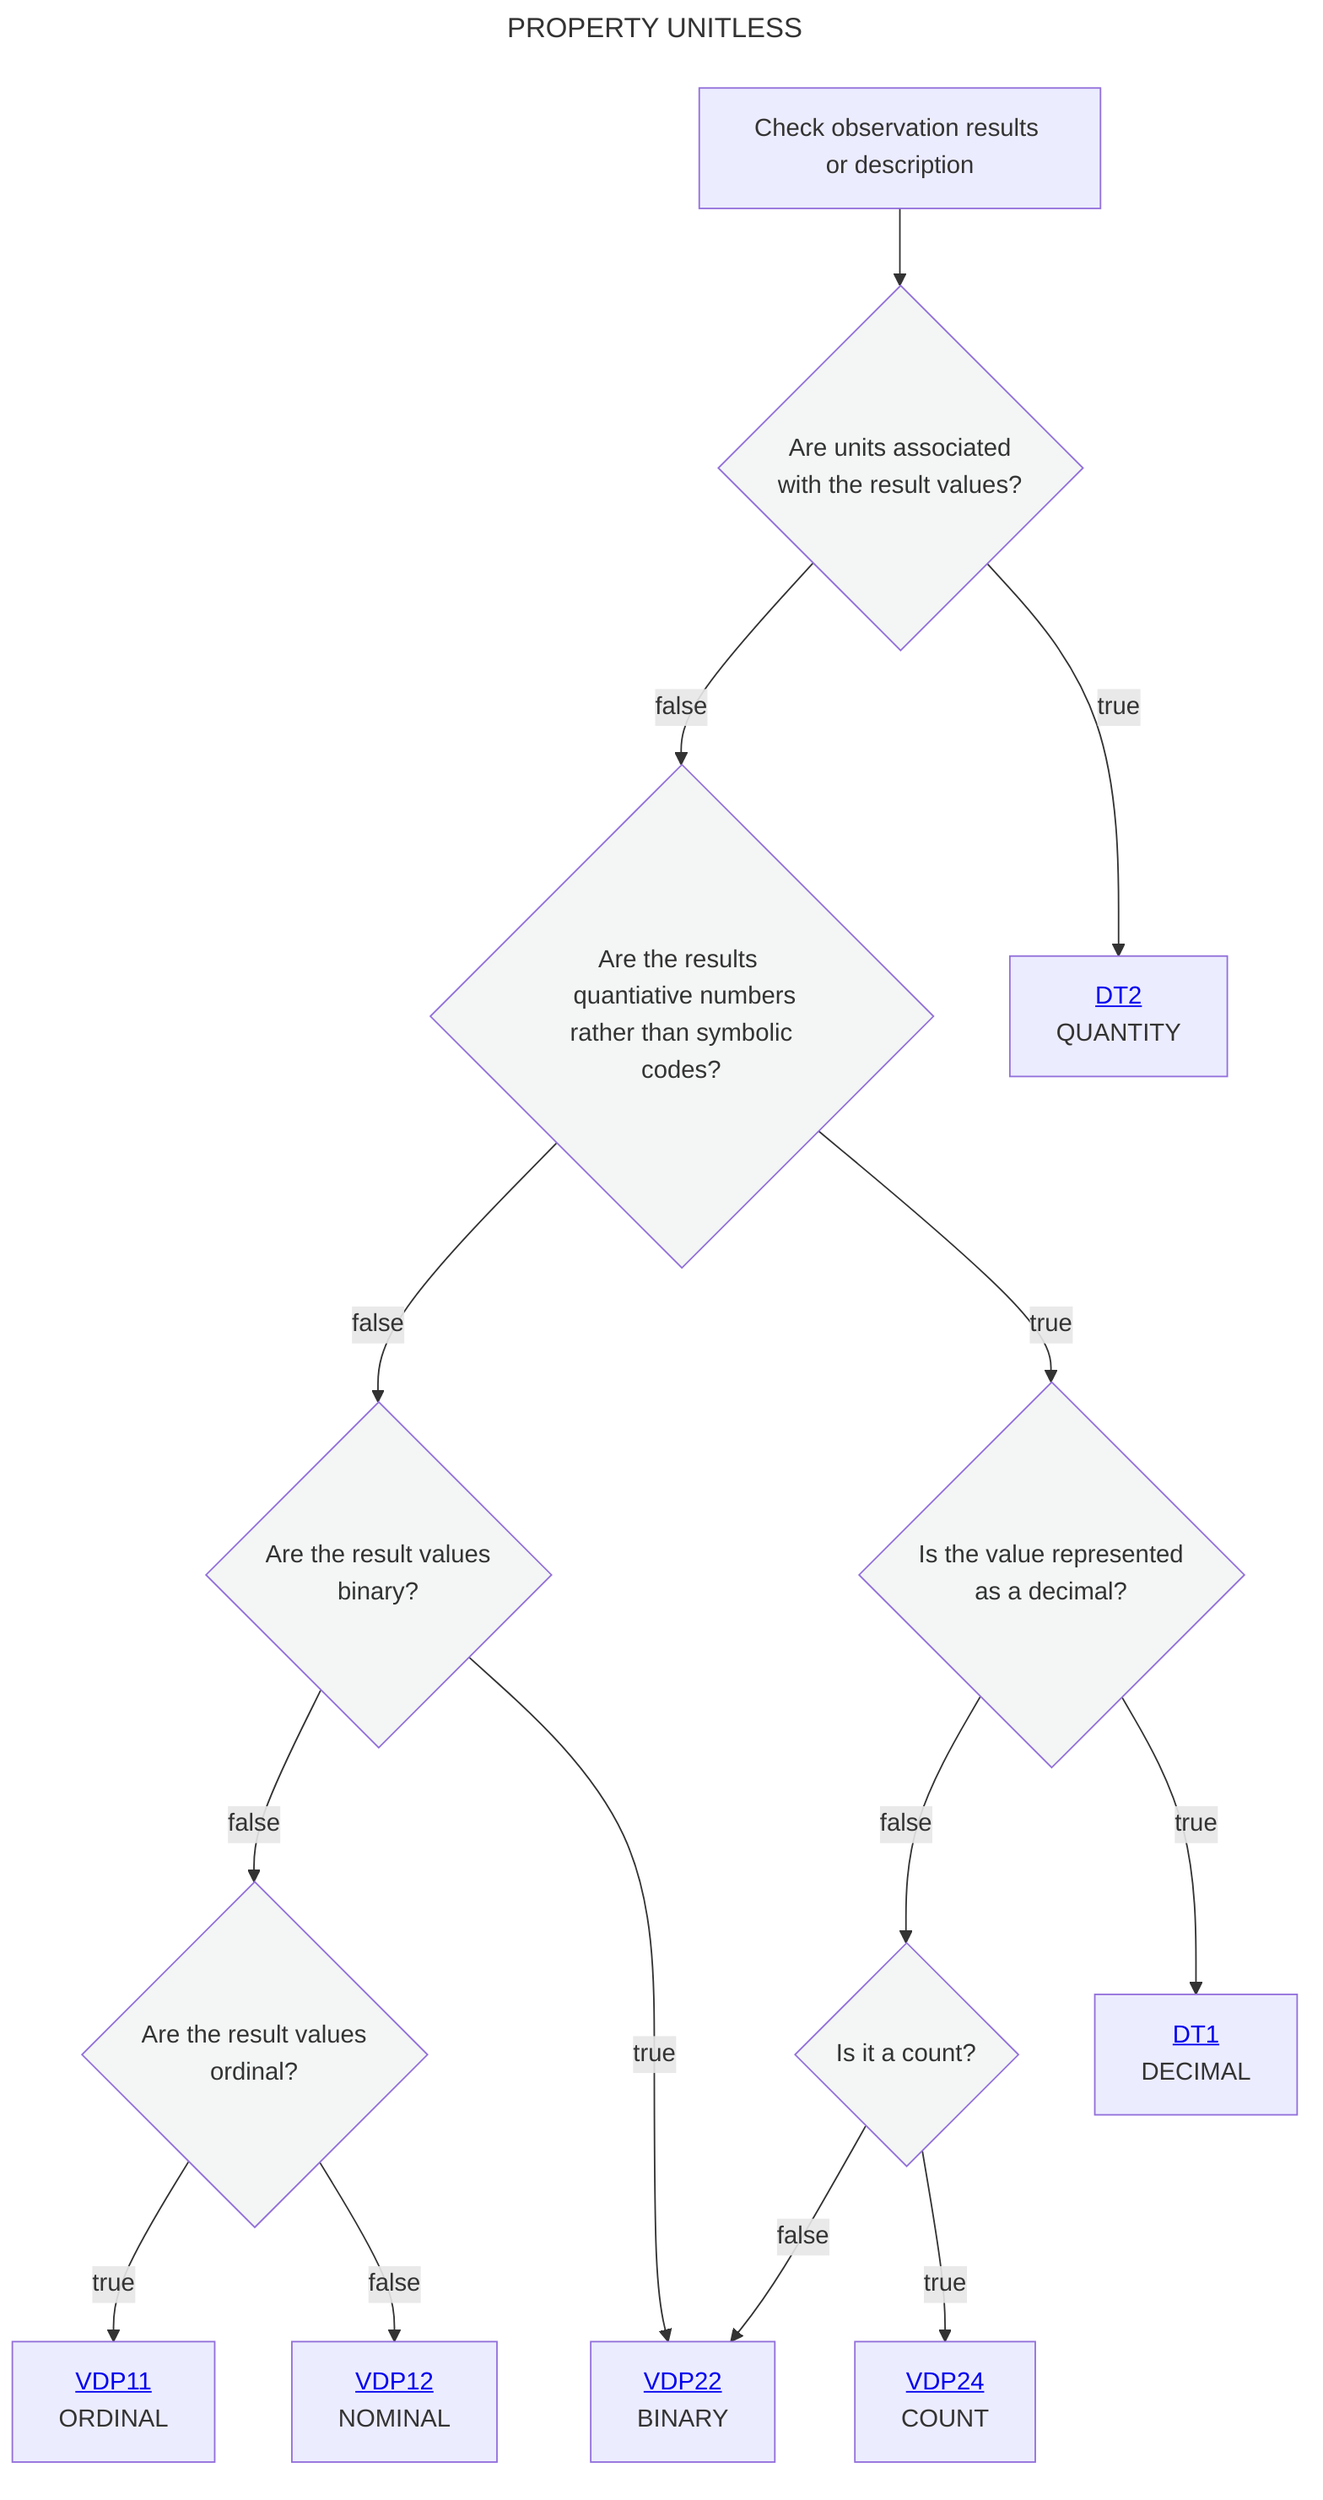
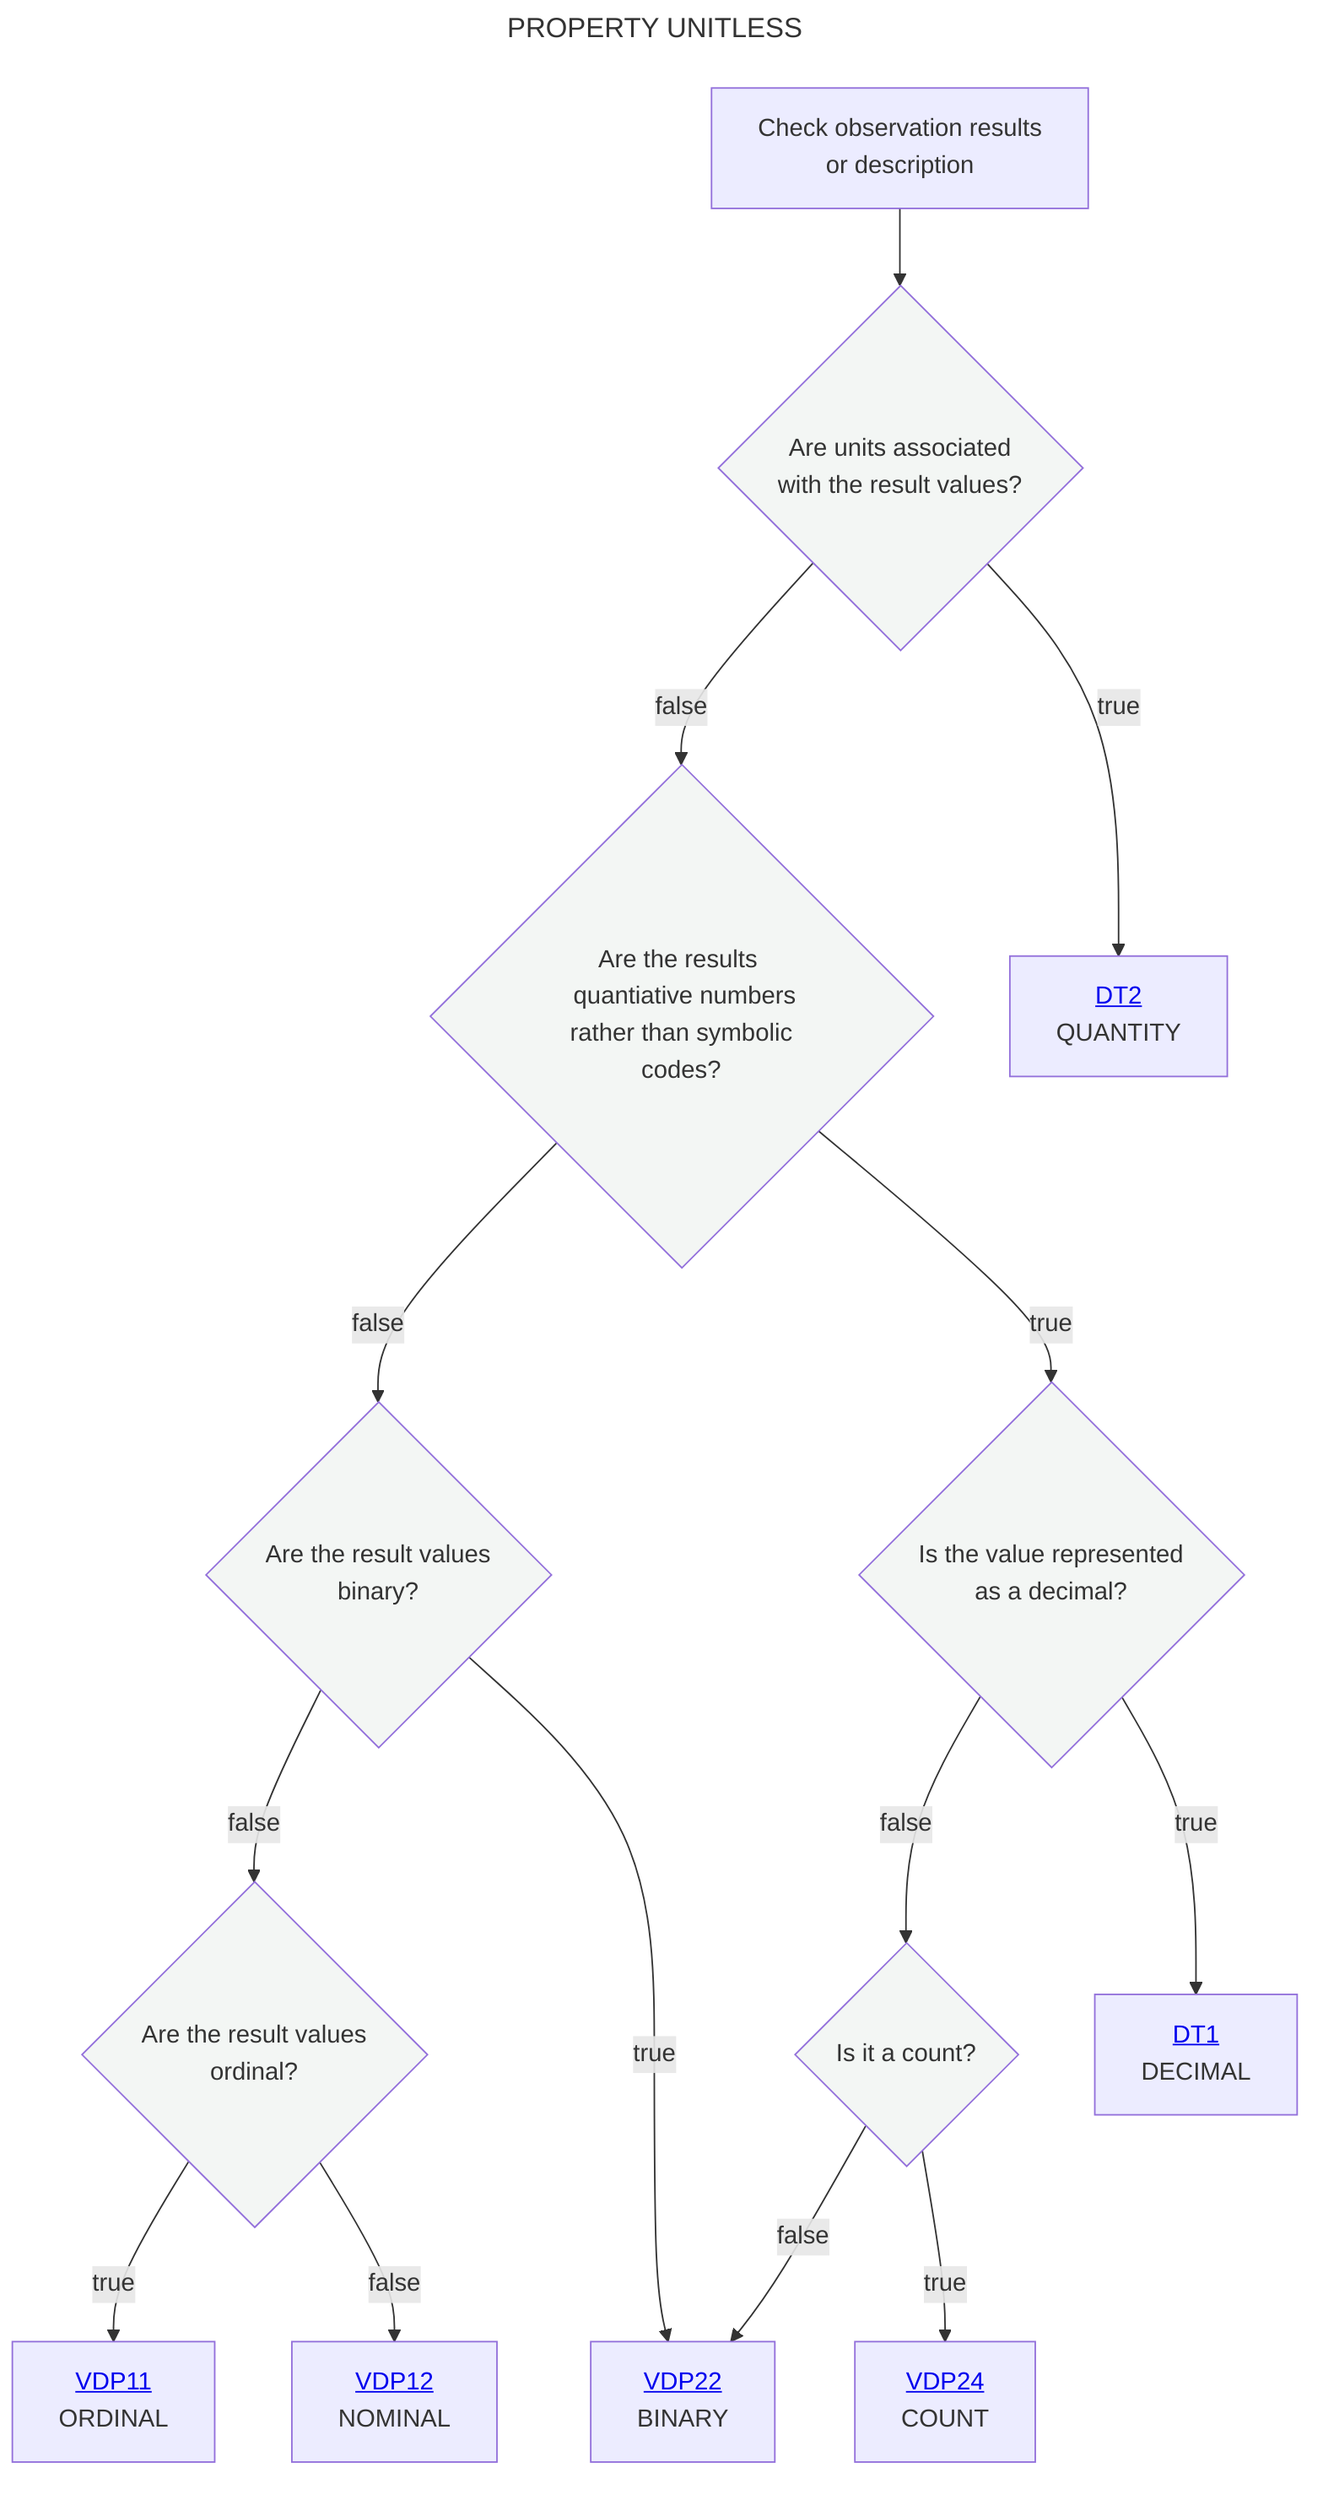
---
title: PROPERTY UNITLESS
---
flowchart TD
-     A[Check observation results or description] --> B{Are units associated <br> with the result values?}:::white
+     A[Check observation results <br> or description] --> B{Are units associated <br> with the result values?}:::white
    B --> |false|C{Are the results <br> quantiative numbers<br> rather than symbolic codes?}:::white
    B --> |true|D[<a href='https://github.com/mabablue/I-ADOPT-patterns-playground/blob/main/Decisition_trees/DT2.mmd'>DT2</a><br> QUANTITY]
    C --> |false|E{Are the result values <br> binary?}:::white
    C --> |true|G{Is the value represented <br> as a decimal?}:::white
    E --> |false|I{Are the result values <br> ordinal?}:::white
    G --> |false|H{Is it a count?}:::white
    H--> |false|F
    H --> |true|M[<a href='https://github.com/mabablue/I-ADOPT-patterns-playground/blob/main/pattern/VDP24.yaml'>VDP24</a><br> COUNT]
    I --> |true|J[<a href='https://github.com/mabablue/I-ADOPT-patterns-playground/blob/main/pattern/VDP11.yaml'>VDP11</a><br> ORDINAL]
    I --> |false|K[<a href='https://github.com/mabablue/I-ADOPT-patterns-playground/blob/main/pattern/VDP12.yaml'>VDP12</a><br> NOMINAL]
    E --> |true|F[<a href='https://github.com/mabablue/I-ADOPT-patterns-playground/blob/main/pattern/VDP22.yaml'>VDP22</a><br> BINARY]
    G --> |true|L[<a href='https://github.com/mabablue/I-ADOPT-patterns-playground/blob/main/Decisition_trees/DT1.mmd'>DT1</a><br> DECIMAL]
   classDef blue fill:#90D5FF
   classDef satblue fill:#57B9FF
   classDef white fill:#f3f6f4
   classDef green fill:#6aa84f
